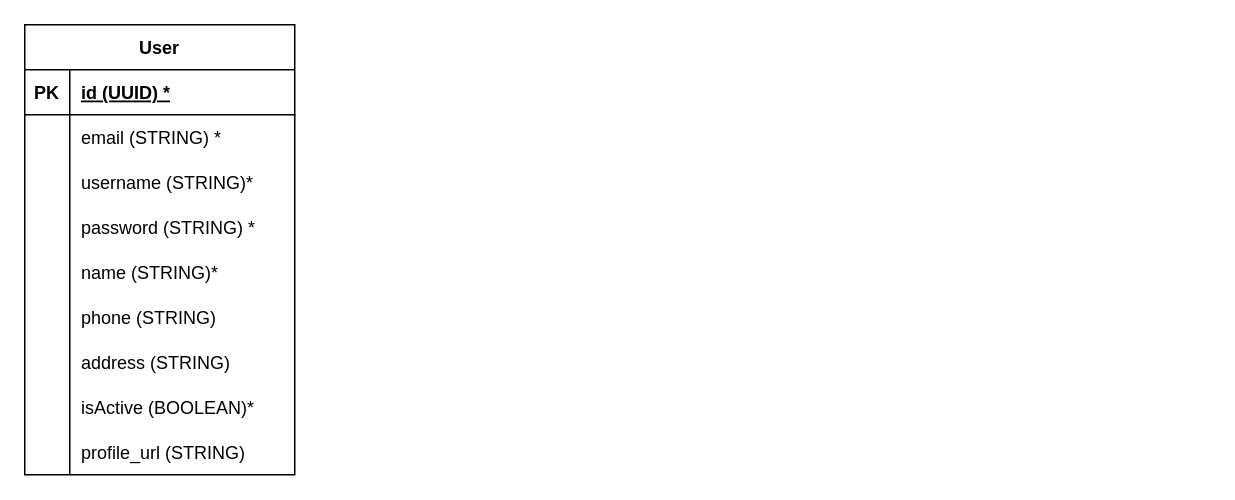
The draw.io diagram ERD/ecommerce.drawio in adrian120401/ecommerce-sample, before the edit. Source tidied: cells renumbered, new cells numbered last; positions are measured from the earlier drawing's top-left corner, leaving out a move shared by most shapes. Both pictures are drawn from the tidied source at 150%, with x=0, y=0 at pixel (24, 24).
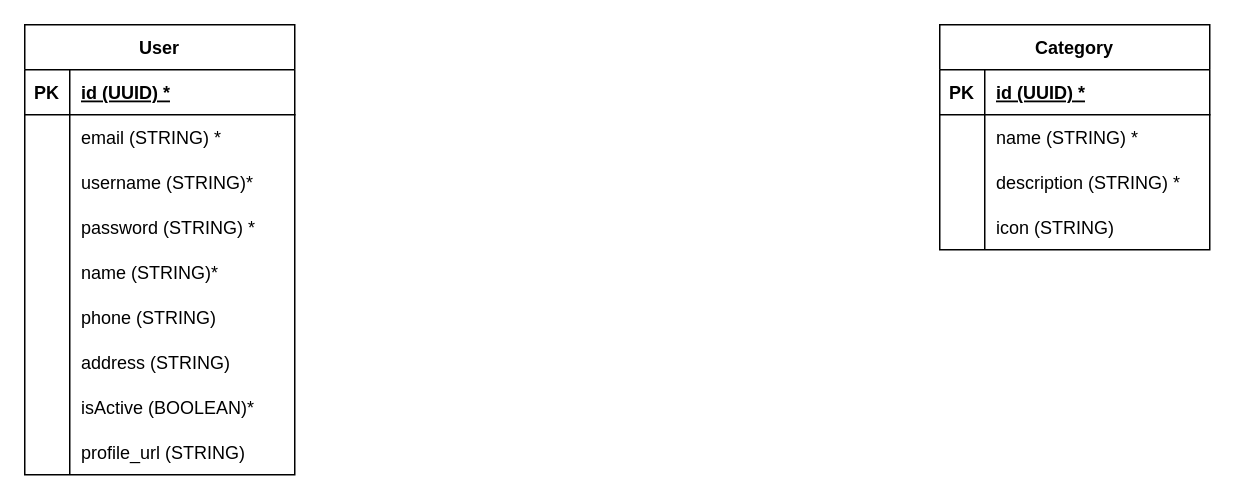
After the change.

What changed in the source:
```diff
@@
+    <mxCell id="30" value="Category" style="shape=table;startSize=30;childLayout=tableLayout;rowLines=0;fontStyle=1;align=center;" parent="1" vertex="1">
+      <mxGeometry x="610" width="180" height="150" as="geometry" />
+    </mxCell>
+    <mxCell id="31" style="shape=tableRow;horizontal=0;startSize=0;swimlaneHead=0;swimlaneBody=0;fillColor=none;top=0;left=0;right=0;bottom=1;" parent="30" vertex="1">
+      <mxGeometry y="30" width="180" height="30" as="geometry" />
+    </mxCell>
+    <mxCell id="32" value="PK" style="shape=partialRectangle;fillColor=none;top=0;left=0;bottom=0;right=0;fontStyle=1;overflow=hidden;" parent="31" vertex="1">
+      <mxGeometry width="30" height="30" as="geometry" />
+    </mxCell>
+    <mxCell id="33" value="id (UUID) *" style="shape=partialRectangle;fillColor=none;top=0;left=0;bottom=0;right=0;align=left;spacingLeft=6;fontStyle=5;overflow=hidden;" parent="31" vertex="1">
+      <mxGeometry x="30" width="150" height="30" as="geometry" />
+    </mxCell>
+    <mxCell id="34" style="shape=tableRow;horizontal=0;startSize=0;swimlaneHead=0;swimlaneBody=0;fillColor=none;top=0;left=0;right=0;bottom=0;" parent="30" vertex="1">
+      <mxGeometry y="60" width="180" height="30" as="geometry" />
+    </mxCell>
+    <mxCell id="35" style="shape=partialRectangle;fillColor=none;top=0;left=0;bottom=0;right=0;overflow=hidden;" parent="34" vertex="1">
+      <mxGeometry width="30" height="30" as="geometry" />
+    </mxCell>
+    <mxCell id="36" value="name (STRING) *" style="shape=partialRectangle;fillColor=none;top=0;left=0;bottom=0;right=0;align=left;spacingLeft=6;overflow=hidden;" parent="34" vertex="1">
+      <mxGeometry x="30" width="150" height="30" as="geometry" />
+    </mxCell>
+    <mxCell id="37" style="shape=tableRow;horizontal=0;startSize=0;swimlaneHead=0;swimlaneBody=0;fillColor=none;top=0;left=0;right=0;bottom=0;" parent="30" vertex="1">
+      <mxGeometry y="90" width="180" height="30" as="geometry" />
+    </mxCell>
+    <mxCell id="38" style="shape=partialRectangle;fillColor=none;top=0;left=0;bottom=0;right=0;overflow=hidden;" parent="37" vertex="1">
+      <mxGeometry width="30" height="30" as="geometry" />
+    </mxCell>
+    <mxCell id="39" value="description (STRING) *" style="shape=partialRectangle;fillColor=none;top=0;left=0;bottom=0;right=0;align=left;spacingLeft=6;overflow=hidden;" parent="37" vertex="1">
+      <mxGeometry x="30" width="150" height="30" as="geometry" />
+    </mxCell>
+    <mxCell id="40" style="shape=tableRow;horizontal=0;startSize=0;swimlaneHead=0;swimlaneBody=0;fillColor=none;top=0;left=0;right=0;bottom=0;" parent="30" vertex="1">
+      <mxGeometry y="120" width="180" height="30" as="geometry" />
+    </mxCell>
+    <mxCell id="41" style="shape=partialRectangle;fillColor=none;top=0;left=0;bottom=0;right=0;overflow=hidden;" parent="40" vertex="1">
+      <mxGeometry width="30" height="30" as="geometry" />
+    </mxCell>
+    <mxCell id="42" value="icon (STRING)" style="shape=partialRectangle;fillColor=none;top=0;left=0;bottom=0;right=0;align=left;spacingLeft=6;overflow=hidden;" parent="40" vertex="1">
+      <mxGeometry x="30" width="150" height="30" as="geometry" />
+    </mxCell>
```
